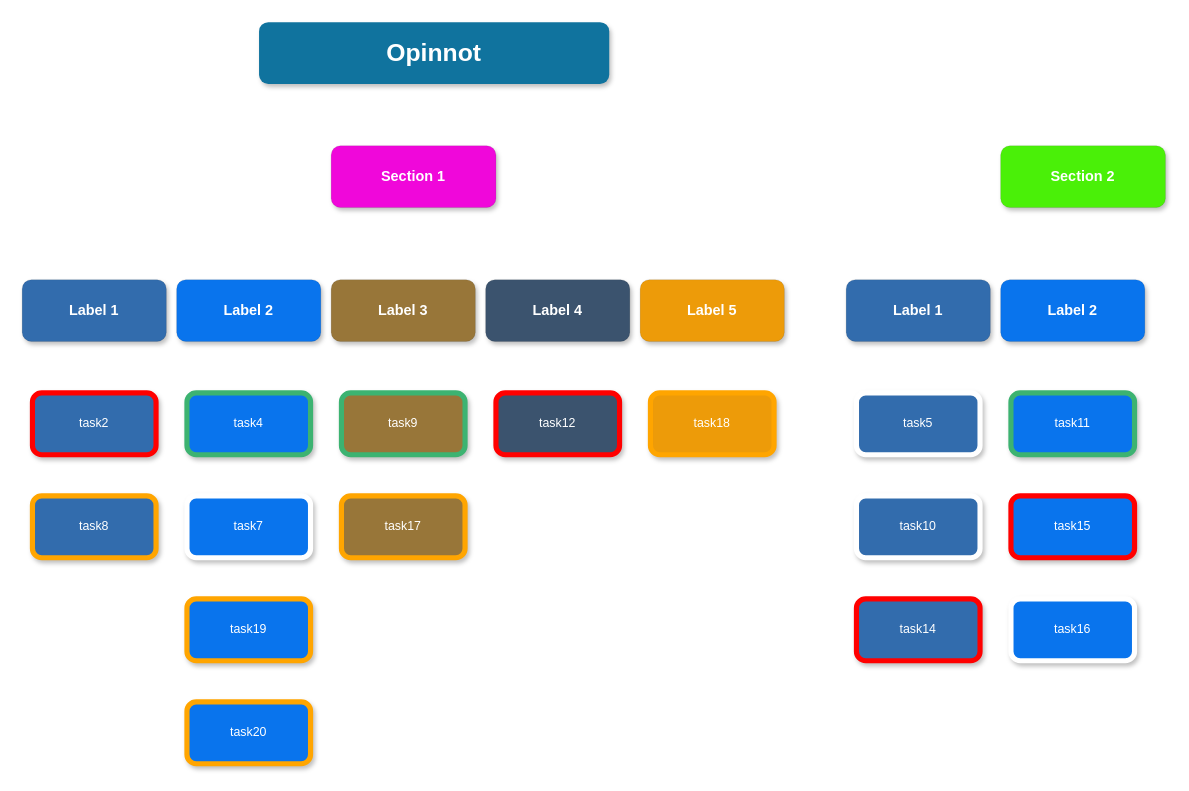
imtone1/todoist keeps this draw.io diagram as todoist_api_app/chart_copy.drawio. Above is the earlier version. Source tidied: cells renumbered, new cells numbered last; positions are measured from the earlier drawing's top-left corner, leaving out a move shared by most shapes. Both pictures are drawn from the tidied source at 103%, with x=0, y=0 at pixel (22, 22).
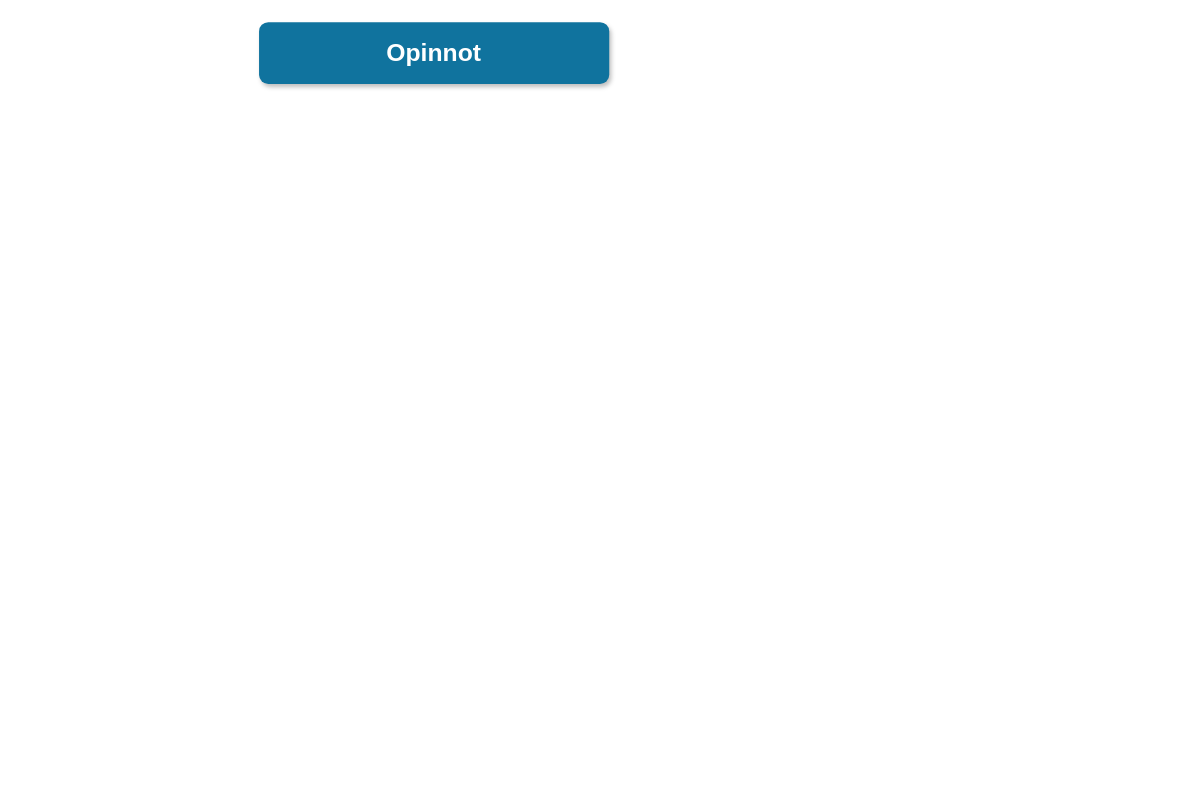
The same diagram, later.

Commit message (it also covers changes not shown here):
readme xml file, chart between sections

What changed in the source:
```diff
@@
-    <mxCell id="3" value="task2" style="whiteSpace=wrap;rounded=1;shadow=1;fillColor=#326CAD;strokeColor=none;fontColor=#FFFFFF;fontStyle=0;fontSize=12;strokeWidth=5;strokeColor=#ff0000;" parent="1" vertex="1">
-      <mxGeometry x="10" y="360" width="120" height="60" as="geometry" />
-    </mxCell>
-    <mxCell id="4" value="task8" style="whiteSpace=wrap;rounded=1;shadow=1;fillColor=#326CAD;strokeColor=none;fontColor=#FFFFFF;fontStyle=0;fontSize=12;strokeWidth=5;strokeColor=#ffa500;" parent="1" vertex="1">
-      <mxGeometry x="10" y="460" width="120" height="60" as="geometry" />
-    </mxCell>
-    <mxCell id="5" value="Label 1" style="whiteSpace=wrap;rounded=1;shadow=1;fillColor=#326CAD;strokeColor=none;fontColor=#FFFFFF;fontStyle=1;fontSize=14;strokeWidth=0;strokeColor=#000000;" parent="1" vertex="1">
-      <mxGeometry y="250" width="140" height="60" as="geometry" />
-    </mxCell>
-    <mxCell id="6" value="task4" style="whiteSpace=wrap;rounded=1;shadow=1;fillColor=#0974ED;strokeColor=none;fontColor=#FFFFFF;fontStyle=0;fontSize=12;strokeWidth=5;strokeColor=#3cb371;" parent="1" vertex="1">
-      <mxGeometry x="160" y="360" width="120" height="60" as="geometry" />
-    </mxCell>
-    <mxCell id="7" value="task7" style="whiteSpace=wrap;rounded=1;shadow=1;fillColor=#0974ED;strokeColor=none;fontColor=#FFFFFF;fontStyle=0;fontSize=12;strokeWidth=5;strokeColor=#FFFFFF;" parent="1" vertex="1">
-      <mxGeometry x="160" y="460" width="120" height="60" as="geometry" />
-    </mxCell>
-    <mxCell id="8" value="task19" style="whiteSpace=wrap;rounded=1;shadow=1;fillColor=#0974ED;strokeColor=none;fontColor=#FFFFFF;fontStyle=0;fontSize=12;strokeWidth=5;strokeColor=#ffa500;" parent="1" vertex="1">
-      <mxGeometry x="160" y="560" width="120" height="60" as="geometry" />
-    </mxCell>
-    <mxCell id="9" value="task20" style="whiteSpace=wrap;rounded=1;shadow=1;fillColor=#0974ED;strokeColor=none;fontColor=#FFFFFF;fontStyle=0;fontSize=12;strokeWidth=5;strokeColor=#ffa500;" parent="1" vertex="1">
-      <mxGeometry x="160" y="660" width="120" height="60" as="geometry" />
-    </mxCell>
-    <mxCell id="10" value="Label 2" style="whiteSpace=wrap;rounded=1;shadow=1;fillColor=#0974ED;strokeColor=none;fontColor=#FFFFFF;fontStyle=1;fontSize=14;strokeWidth=0;strokeColor=#000000;" parent="1" vertex="1">
-      <mxGeometry x="150" y="250" width="140" height="60" as="geometry" />
-    </mxCell>
-    <mxCell id="11" value="task9" style="whiteSpace=wrap;rounded=1;shadow=1;fillColor=#987639;strokeColor=none;fontColor=#FFFFFF;fontStyle=0;fontSize=12;strokeWidth=5;strokeColor=#3cb371;" parent="1" vertex="1">
-      <mxGeometry x="310" y="360" width="120" height="60" as="geometry" />
-    </mxCell>
-    <mxCell id="12" value="task17" style="whiteSpace=wrap;rounded=1;shadow=1;fillColor=#987639;strokeColor=none;fontColor=#FFFFFF;fontStyle=0;fontSize=12;strokeWidth=5;strokeColor=#ffa500;" parent="1" vertex="1">
-      <mxGeometry x="310" y="460" width="120" height="60" as="geometry" />
-    </mxCell>
-    <mxCell id="13" value="Label 3" style="whiteSpace=wrap;rounded=1;shadow=1;fillColor=#987639;strokeColor=none;fontColor=#FFFFFF;fontStyle=1;fontSize=14;strokeWidth=0;strokeColor=#000000;" parent="1" vertex="1">
-      <mxGeometry x="300" y="250" width="140" height="60" as="geometry" />
-    </mxCell>
-    <mxCell id="14" value="task12" style="whiteSpace=wrap;rounded=1;shadow=1;fillColor=#3B536E;strokeColor=none;fontColor=#FFFFFF;fontStyle=0;fontSize=12;strokeWidth=5;strokeColor=#ff0000;" parent="1" vertex="1">
-      <mxGeometry x="460" y="360" width="120" height="60" as="geometry" />
-    </mxCell>
-    <mxCell id="15" value="Label 4" style="whiteSpace=wrap;rounded=1;shadow=1;fillColor=#3B536E;strokeColor=none;fontColor=#FFFFFF;fontStyle=1;fontSize=14;strokeWidth=0;strokeColor=#000000;" parent="1" vertex="1">
-      <mxGeometry x="450" y="250" width="140" height="60" as="geometry" />
-    </mxCell>
-    <mxCell id="16" value="task18" style="whiteSpace=wrap;rounded=1;shadow=1;fillColor=#ED9B09;strokeColor=none;fontColor=#FFFFFF;fontStyle=0;fontSize=12;strokeWidth=5;strokeColor=#ffa500;" parent="1" vertex="1">
-      <mxGeometry x="610" y="360" width="120" height="60" as="geometry" />
-    </mxCell>
-    <mxCell id="17" value="Label 5" style="whiteSpace=wrap;rounded=1;shadow=1;fillColor=#ED9B09;strokeColor=none;fontColor=#FFFFFF;fontStyle=1;fontSize=14;strokeWidth=0;strokeColor=#000000;" parent="1" vertex="1">
-      <mxGeometry x="600" y="250" width="140" height="60" as="geometry" />
-    </mxCell>
-    <mxCell id="18" value="Section 1" style="whiteSpace=wrap;rounded=1;shadow=1;fillColor=#F007DA;strokeColor=none;fontColor=#FFFFFF;fontStyle=1;fontSize=14;strokeWidth=0;strokeColor=#000000;" parent="1" vertex="1">
-      <mxGeometry x="300" y="120" width="160" height="60" as="geometry" />
-    </mxCell>
-    <mxCell id="19" value="task5" style="whiteSpace=wrap;rounded=1;shadow=1;fillColor=#326CAD;strokeColor=none;fontColor=#FFFFFF;fontStyle=0;fontSize=12;strokeWidth=5;strokeColor=#FFFFFF;" parent="1" vertex="1">
-      <mxGeometry x="810" y="360" width="120" height="60" as="geometry" />
-    </mxCell>
-    <mxCell id="20" value="task10" style="whiteSpace=wrap;rounded=1;shadow=1;fillColor=#326CAD;strokeColor=none;fontColor=#FFFFFF;fontStyle=0;fontSize=12;strokeWidth=5;strokeColor=#FFFFFF;" parent="1" vertex="1">
-      <mxGeometry x="810" y="460" width="120" height="60" as="geometry" />
-    </mxCell>
-    <mxCell id="21" value="task14" style="whiteSpace=wrap;rounded=1;shadow=1;fillColor=#326CAD;strokeColor=none;fontColor=#FFFFFF;fontStyle=0;fontSize=12;strokeWidth=5;strokeColor=#ff0000;" parent="1" vertex="1">
-      <mxGeometry x="810" y="560" width="120" height="60" as="geometry" />
-    </mxCell>
-    <mxCell id="22" value="Label 1" style="whiteSpace=wrap;rounded=1;shadow=1;fillColor=#326CAD;strokeColor=none;fontColor=#FFFFFF;fontStyle=1;fontSize=14;strokeWidth=0;strokeColor=#000000;" parent="1" vertex="1">
-      <mxGeometry x="800" y="250" width="140" height="60" as="geometry" />
-    </mxCell>
-    <mxCell id="23" value="task11" style="whiteSpace=wrap;rounded=1;shadow=1;fillColor=#0974ED;strokeColor=none;fontColor=#FFFFFF;fontStyle=0;fontSize=12;strokeWidth=5;strokeColor=#3cb371;" parent="1" vertex="1">
-      <mxGeometry x="960" y="360" width="120" height="60" as="geometry" />
-    </mxCell>
-    <mxCell id="24" value="task15" style="whiteSpace=wrap;rounded=1;shadow=1;fillColor=#0974ED;strokeColor=none;fontColor=#FFFFFF;fontStyle=0;fontSize=12;strokeWidth=5;strokeColor=#ff0000;" parent="1" vertex="1">
-      <mxGeometry x="960" y="460" width="120" height="60" as="geometry" />
-    </mxCell>
-    <mxCell id="25" value="task16" style="whiteSpace=wrap;rounded=1;shadow=1;fillColor=#0974ED;strokeColor=none;fontColor=#FFFFFF;fontStyle=0;fontSize=12;strokeWidth=5;strokeColor=#FFFFFF;" parent="1" vertex="1">
-      <mxGeometry x="960" y="560" width="120" height="60" as="geometry" />
-    </mxCell>
-    <mxCell id="26" value="Label 2" style="whiteSpace=wrap;rounded=1;shadow=1;fillColor=#0974ED;strokeColor=none;fontColor=#FFFFFF;fontStyle=1;fontSize=14;strokeWidth=0;strokeColor=#000000;" parent="1" vertex="1">
-      <mxGeometry x="950" y="250" width="140" height="60" as="geometry" />
-    </mxCell>
-    <mxCell id="27" value="Section 2" style="whiteSpace=wrap;rounded=1;shadow=1;fillColor=#4AF008;strokeColor=none;fontColor=#FFFFFF;fontStyle=1;fontSize=14;strokeWidth=0;strokeColor=#000000;" parent="1" vertex="1">
-      <mxGeometry x="950" y="120" width="160" height="60" as="geometry" />
-    </mxCell>
```
